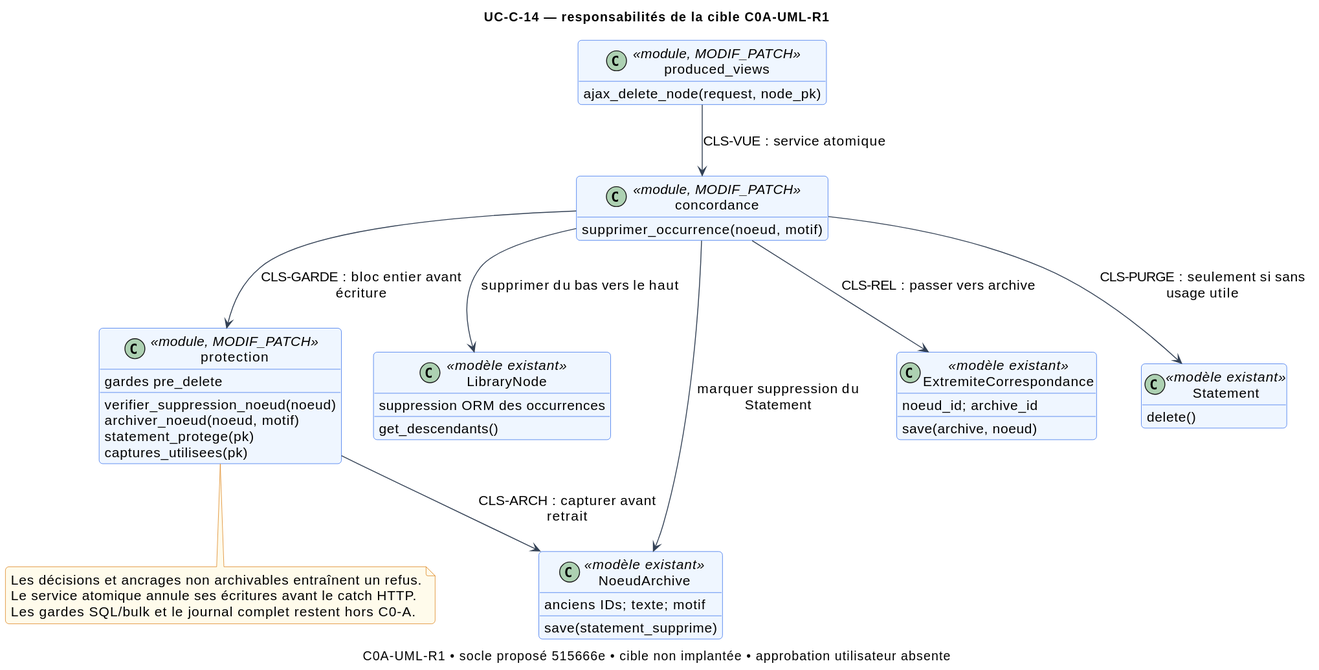
Above: docs/architecture_c/use_cases/UC-C-14/class.svg in LPDavidbdeb/court (PlantUML), before the change.
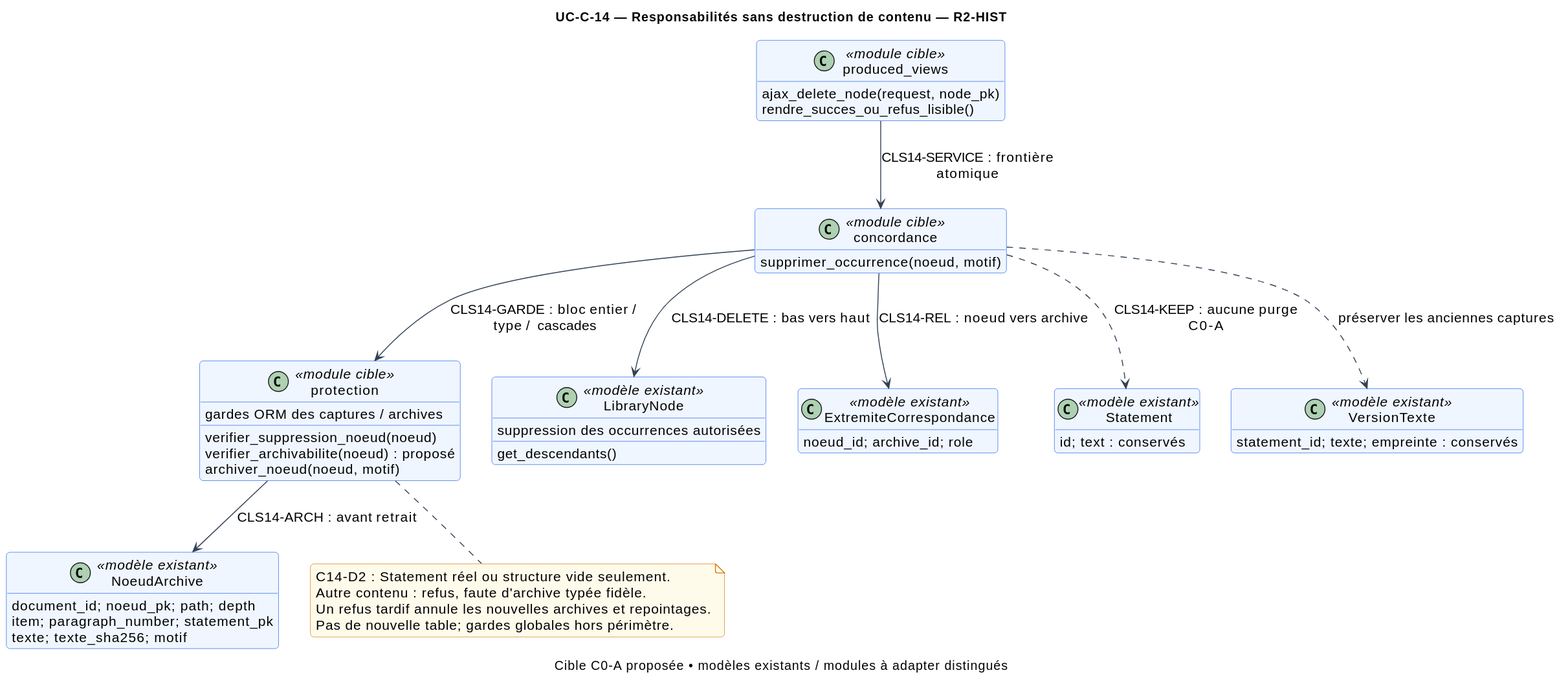
After the commit.

The edit, as a diff of the source:
```diff
@@ -1,45 +1,49 @@
 @startuml
 !include ../../modele_global/style.iuml
-title UC-C-14 — responsabilités de la cible C0A-UML-R1
-caption C0A-UML-R1 • socle proposé 515666e • cible non implantée • approbation utilisateur absente
-class "produced_views" as V <<module, MODIF_PATCH>> {
+title UC-C-14 — Responsabilités sans destruction de contenu — R2-HIST
+caption Cible C0-A proposée • modèles existants / modules à adapter distingués
+class "produced_views" as V <<module cible>> {
   ajax_delete_node(request, node_pk)
+  rendre_succes_ou_refus_lisible()
 }
-class "concordance" as S <<module, MODIF_PATCH>> {
+class "concordance" as S <<module cible>> {
   supprimer_occurrence(noeud, motif)
 }
-class "protection" as P <<module, MODIF_PATCH>> {
+class "protection" as P <<module cible>> {
   verifier_suppression_noeud(noeud)
+  verifier_archivabilite(noeud) : proposé
   archiver_noeud(noeud, motif)
-  statement_protege(pk)
-  captures_utilisees(pk)
-  gardes pre_delete
+  gardes ORM des captures / archives
 }
 class LibraryNode <<modèle existant>> {
   get_descendants()
-  suppression ORM des occurrences
+  suppression des occurrences autorisées
 }
 class NoeudArchive <<modèle existant>> {
-  anciens IDs; texte; motif
-  save(statement_supprime)
+  document_id; noeud_pk; path; depth
+  item; paragraph_number; statement_pk
+  texte; texte_sha256; motif
 }
 class ExtremiteCorrespondance <<modèle existant>> {
-  noeud_id; archive_id
-  save(archive, noeud)
+  noeud_id; archive_id; role
 }
 class Statement <<modèle existant>> {
-  delete()
+  id; text : conservés
 }
-V --> S : CLS-VUE : service atomique
-S --> P : CLS-GARDE : bloc entier avant écriture
-P --> NoeudArchive : CLS-ARCH : capturer avant retrait
-S --> ExtremiteCorrespondance : CLS-REL : passer vers archive
-S --> LibraryNode : supprimer du bas vers le haut
-S --> Statement : CLS-PURGE : seulement si sans usage utile
-S --> NoeudArchive : marquer suppression du Statement
+class VersionTexte <<modèle existant>> {
+  statement_id; texte; empreinte : conservés
+}
+V --> S : CLS14-SERVICE : frontière atomique
+S --> P : CLS14-GARDE : bloc entier / type / cascades
+P --> NoeudArchive : CLS14-ARCH : avant retrait
+S --> ExtremiteCorrespondance : CLS14-REL : noeud vers archive
+S --> LibraryNode : CLS14-DELETE : bas vers haut
+S ..> Statement : CLS14-KEEP : aucune purge C0-A
+S ..> VersionTexte : préserver les anciennes captures
 note bottom of P
-Les décisions et ancrages non archivables entraînent un refus.
-Le service atomique annule ses écritures avant le catch HTTP.
-Les gardes SQL/bulk et le journal complet restent hors C0-A.
+C14-D2 : Statement réel ou structure vide seulement.
+Autre contenu : refus, faute d'archive typée fidèle.
+Un refus tardif annule les nouvelles archives et repointages.
+Pas de nouvelle table; gardes globales hors périmètre.
 end note
 @enduml
```
